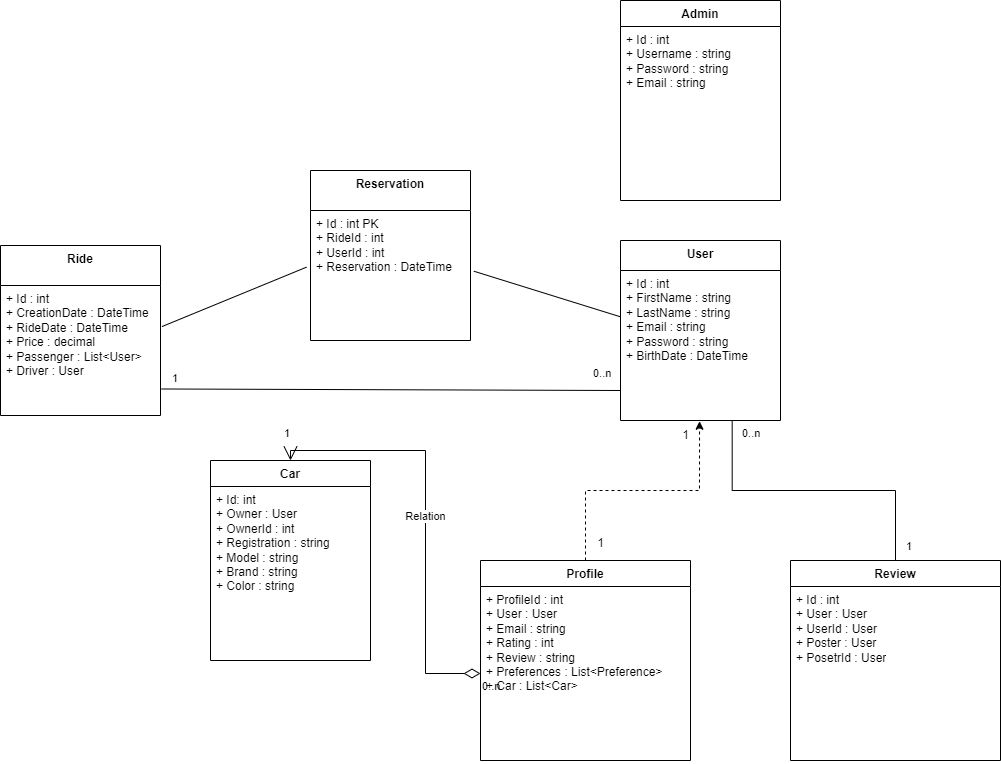
This is Diagrams/CoVoyageur Class.drawio.png from RemiDebruyne/CoVoyageurProject, a draw.io export, as it was before one commit. Source tidied: cells renumbered, new cells last; positions are measured from the earlier drawing's top-left corner, leaving out a move shared by most shapes.
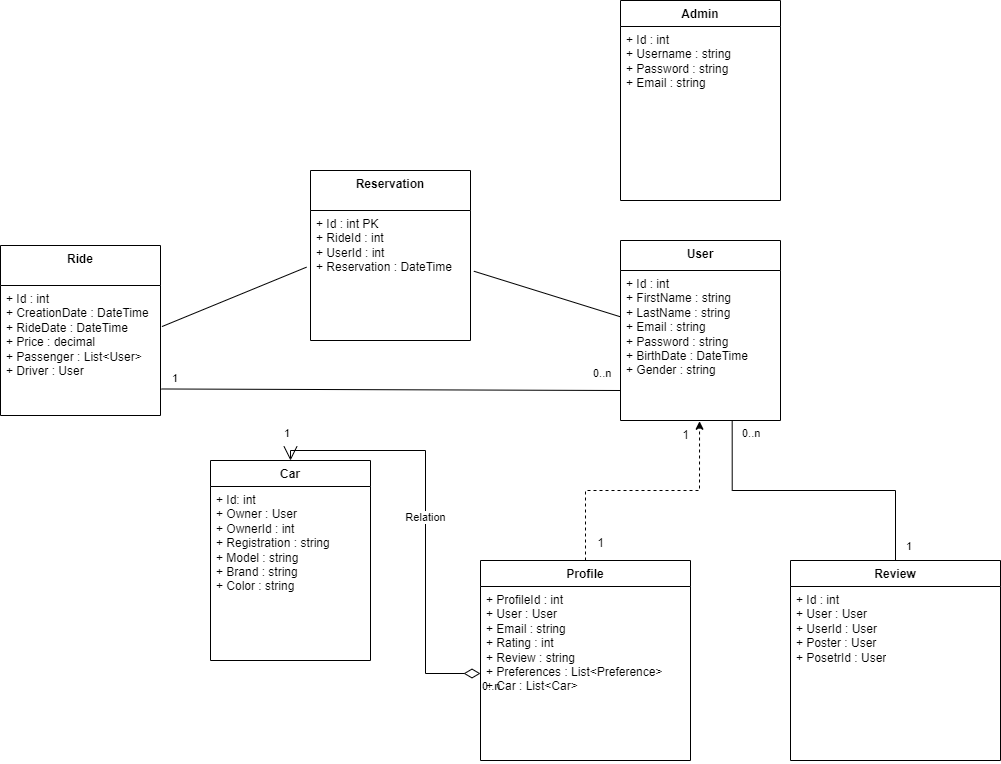
Later version of the same file.

The edit, as a diff of the source:
```diff
@@ -5,7 +5,7 @@
     <mxCell id="2" value="User" style="swimlane;fontStyle=1;align=center;verticalAlign=top;horizontal=1;startSize=30;whiteSpace=wrap;html=1;" parent="1" vertex="1">
       <mxGeometry x="620" y="240" width="160" height="180" as="geometry" />
     </mxCell>
-    <mxCell id="3" value="&lt;div&gt;+ Id : int&lt;br&gt;&lt;/div&gt;&lt;div&gt;+ FirstName : string&lt;/div&gt;&lt;div&gt;+ LastName : string&lt;/div&gt;&lt;div&gt;+ Email : string&lt;/div&gt;&lt;div&gt;+ Password : string&lt;br&gt;&lt;/div&gt;&lt;div&gt;+ BirthDate : DateTime&lt;/div&gt;&lt;div&gt;&lt;br&gt;&lt;/div&gt;" style="text;strokeColor=none;fillColor=none;align=left;verticalAlign=top;spacingLeft=4;spacingRight=4;overflow=hidden;points=[[0,0.5],[1,0.5]];portConstraint=eastwest;whiteSpace=wrap;html=1;" parent="2" vertex="1">
+    <mxCell id="3" value="&lt;div&gt;+ Id : int&lt;br&gt;&lt;/div&gt;&lt;div&gt;+ FirstName : string&lt;/div&gt;&lt;div&gt;+ LastName : string&lt;/div&gt;&lt;div&gt;+ Email : string&lt;/div&gt;&lt;div&gt;+ Password : string&lt;br&gt;&lt;/div&gt;&lt;div&gt;+ BirthDate : DateTime&lt;/div&gt;&lt;div&gt;+ Gender : string&lt;/div&gt;" style="text;strokeColor=none;fillColor=none;align=left;verticalAlign=top;spacingLeft=4;spacingRight=4;overflow=hidden;points=[[0,0.5],[1,0.5]];portConstraint=eastwest;whiteSpace=wrap;html=1;" parent="2" vertex="1">
       <mxGeometry y="30" width="160" height="150" as="geometry" />
     </mxCell>
     <mxCell id="4" value="Car&lt;div&gt;&lt;br/&gt;&lt;/div&gt;" style="swimlane;fontStyle=1;align=center;verticalAlign=top;horizontal=1;startSize=26;whiteSpace=wrap;html=1;" parent="1" vertex="1">
```
